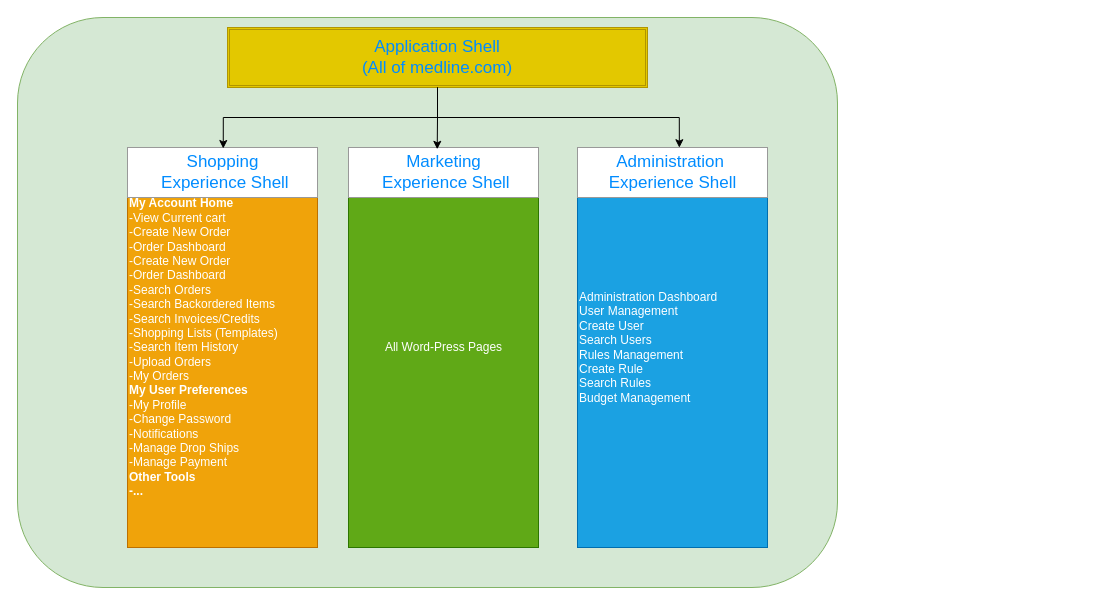
Before: page "Page-1" (1 of 2) of Shell Application Layout.drawio in neio100/orange, a draw.io diagram. Source tidied: cells renumbered, new cells numbered last; positions are measured from the earlier drawing's top-left corner, leaving out a move shared by most shapes. Both pictures are drawn from the tidied source at 100%, with x=0, y=0 at pixel (17, 17).
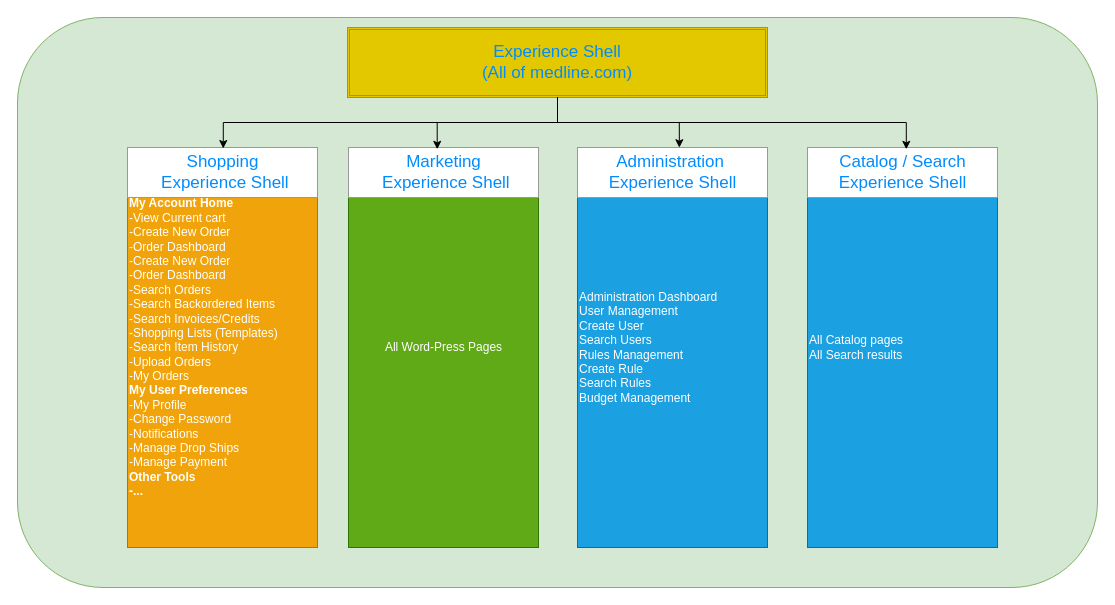
Above is the later version.

What changed in the source:
```diff
@@
 <mxGraphModel>
   <root>
     <mxCell id="0" />
     <mxCell id="1" parent="0" />
     <mxCell id="2" style="rounded=1;whiteSpace=wrap;html=1;fillColor=#d5e8d4;strokeColor=#82b366;" parent="1" vertex="1">
-      <mxGeometry width="820" height="570" as="geometry" />
+      <mxGeometry width="1080" height="570" as="geometry" />
     </mxCell>
-    <mxCell id="3" value="&lt;font style=&quot;font-size: 17px&quot; color=&quot;#008cff&quot;&gt;Application Shell&lt;br&gt;(All of medline.com)&lt;/font&gt;" style="shape=ext;double=1;rounded=0;whiteSpace=wrap;html=1;fillColor=#e3c800;strokeColor=#B09500;fontColor=#000000;" parent="1" vertex="1">
-      <mxGeometry x="210" y="10" width="420" height="60" as="geometry" />
+    <mxCell id="3" value="&lt;font style=&quot;font-size: 17px&quot; color=&quot;#008cff&quot;&gt;Experience Shell&lt;br&gt;(All of medline.com)&lt;/font&gt;" style="shape=ext;double=1;rounded=0;whiteSpace=wrap;html=1;fillColor=#e3c800;strokeColor=#B09500;fontColor=#000000;" parent="1" vertex="1">
+      <mxGeometry x="330" y="10" width="420" height="70" as="geometry" />
     </mxCell>
     <mxCell id="4" value="&lt;font color=&quot;#ffffff&quot;&gt;&lt;b&gt;My Account Home&lt;/b&gt;&lt;br&gt;&lt;span&gt; &lt;/span&gt;-View Current cart&lt;br&gt;&lt;span&gt; &lt;/span&gt;-Create New Order&lt;br&gt;&lt;span&gt; &lt;/span&gt;-Order Dashboard&lt;br&gt;&lt;span&gt; &lt;/span&gt;-&lt;span&gt;Create New Order&lt;/span&gt;&lt;/font&gt;&lt;div&gt;&lt;font color=&quot;#ffffff&quot;&gt;-Order Dashboard&lt;/font&gt;&lt;/div&gt;&lt;div&gt;&lt;font color=&quot;#ffffff&quot;&gt;-Search Orders&lt;/font&gt;&lt;/div&gt;&lt;div&gt;&lt;font color=&quot;#ffffff&quot;&gt;-Search Backordered Items&lt;/font&gt;&lt;/div&gt;&lt;div&gt;&lt;font color=&quot;#ffffff&quot;&gt;-Search Invoices/Credits&lt;/font&gt;&lt;/div&gt;&lt;div&gt;&lt;font color=&quot;#ffffff&quot;&gt;-Shopping Lists (Templates)&lt;/font&gt;&lt;/div&gt;&lt;div&gt;&lt;font color=&quot;#ffffff&quot;&gt;-Search Item History&lt;/font&gt;&lt;/div&gt;&lt;div&gt;&lt;font color=&quot;#ffffff&quot;&gt;-Upload Orders&lt;/font&gt;&lt;/div&gt;&lt;font color=&quot;#ffffff&quot;&gt;-My Orders&lt;br&gt;&lt;b&gt;My User Preferences&lt;br&gt;&lt;/b&gt;&lt;/font&gt;&lt;div&gt;&lt;font color=&quot;#ffffff&quot;&gt;-My Profile&lt;/font&gt;&lt;/div&gt;&lt;div&gt;&lt;font color=&quot;#ffffff&quot;&gt;-Change Password&lt;/font&gt;&lt;/div&gt;&lt;div&gt;&lt;font color=&quot;#ffffff&quot;&gt;-Notifications&lt;/font&gt;&lt;/div&gt;&lt;div&gt;&lt;font color=&quot;#ffffff&quot;&gt;-Manage Drop Ships&lt;/font&gt;&lt;/div&gt;&lt;div&gt;&lt;font color=&quot;#ffffff&quot;&gt;-Manage Payment&lt;/font&gt;&lt;/div&gt;&lt;b&gt;&lt;font color=&quot;#ffffff&quot;&gt;Other Tools&lt;br&gt;-...&lt;/font&gt;&lt;br&gt;&lt;/b&gt;" style="strokeWidth=1;shadow=0;dashed=0;align=left;html=1;shape=mxgraph.mockup.forms.rrect;rSize=0;fillColor=#f0a30a;strokeColor=#BD7000;fontColor=#000000;" parent="1" vertex="1">
       <mxGeometry x="110" y="130" width="190" height="400" as="geometry" />
     </mxCell>
     <mxCell id="5" value="Shopping&lt;br&gt;&amp;nbsp;Experience Shell" style="strokeWidth=1;shadow=0;dashed=0;align=center;html=1;shape=mxgraph.mockup.forms.rrect;rSize=0;strokeColor=#999999;fontColor=#008cff;fontSize=17;fillColor=#ffffff;" parent="4" vertex="1">
       <mxGeometry width="190" height="50" relative="1" as="geometry" />
     </mxCell>
     <mxCell id="6" value="All Word-Press Pages&lt;br&gt;" style="strokeWidth=1;shadow=0;dashed=0;align=center;html=1;shape=mxgraph.mockup.forms.rrect;rSize=0;fillColor=#60a917;strokeColor=#2D7600;fontColor=#ffffff;" parent="1" vertex="1">
       <mxGeometry x="331" y="130" width="190" height="400" as="geometry" />
     </mxCell>
     <mxCell id="7" value="Marketing&lt;br&gt;&amp;nbsp;Experience Shell" style="strokeWidth=1;shadow=0;dashed=0;align=center;html=1;shape=mxgraph.mockup.forms.rrect;rSize=0;strokeColor=#999999;fontColor=#008cff;fontSize=17;fillColor=#ffffff;" parent="6" vertex="1">
       <mxGeometry width="190" height="50" relative="1" as="geometry" />
     </mxCell>
     <mxCell id="8" value="&lt;div style=&quot;text-align: justify&quot;&gt;Administration Dashboard&lt;/div&gt;&lt;div style=&quot;text-align: justify&quot;&gt;User Management&lt;/div&gt;&lt;div style=&quot;text-align: justify&quot;&gt;Create User&lt;/div&gt;&lt;div style=&quot;text-align: justify&quot;&gt;Search Users&lt;/div&gt;&lt;div style=&quot;text-align: justify&quot;&gt;Rules Management&lt;/div&gt;&lt;div style=&quot;text-align: justify&quot;&gt;Create Rule&lt;/div&gt;&lt;div style=&quot;text-align: justify&quot;&gt;Search Rules&lt;/div&gt;&lt;div style=&quot;text-align: justify&quot;&gt;Budget Management&lt;/div&gt;" style="strokeWidth=1;shadow=0;dashed=0;align=left;html=1;shape=mxgraph.mockup.forms.rrect;rSize=0;fillColor=#1ba1e2;fontColor=#ffffff;strokeColor=#006EAF;" parent="1" vertex="1">
       <mxGeometry x="560" y="130" width="190" height="400" as="geometry" />
     </mxCell>
     <mxCell id="9" value="Administration&amp;nbsp;&lt;br&gt;Experience Shell" style="strokeWidth=1;shadow=0;dashed=0;align=center;html=1;shape=mxgraph.mockup.forms.rrect;rSize=0;strokeColor=#999999;fontColor=#008cff;fontSize=17;fillColor=#ffffff;" parent="8" vertex="1">
       <mxGeometry width="190" height="50" relative="1" as="geometry" />
     </mxCell>
     <mxCell id="10" style="edgeStyle=orthogonalEdgeStyle;rounded=0;jettySize=auto;html=1;entryX=0.536;entryY=0.004;entryDx=0;entryDy=0;entryPerimeter=0;exitX=0.5;exitY=1;exitDx=0;exitDy=0;" parent="1" edge="1" source="3" target="9">
       <mxGeometry relative="1" as="geometry" />
     </mxCell>
     <mxCell id="11" style="edgeStyle=orthogonalEdgeStyle;rounded=0;jettySize=auto;html=1;entryX=0.467;entryY=0.036;entryDx=0;entryDy=0;entryPerimeter=0;exitX=0.5;exitY=1;exitDx=0;exitDy=0;" parent="1" edge="1" source="3" target="7">
       <mxGeometry relative="1" as="geometry" />
     </mxCell>
     <mxCell id="12" style="edgeStyle=orthogonalEdgeStyle;rounded=0;jettySize=auto;html=1;exitX=0.5;exitY=1;exitDx=0;exitDy=0;entryX=0.504;entryY=0.02;entryDx=0;entryDy=0;entryPerimeter=0;" parent="1" edge="1" source="3" target="5">
       <mxGeometry relative="1" as="geometry" />
     </mxCell>
+    <mxCell id="13" value="&lt;div style=&quot;text-align: justify&quot;&gt;All Catalog pages&lt;/div&gt;&lt;div style=&quot;text-align: justify&quot;&gt;All Search results&lt;/div&gt;" style="strokeWidth=1;shadow=0;dashed=0;align=left;html=1;shape=mxgraph.mockup.forms.rrect;rSize=0;fillColor=#1ba1e2;fontColor=#ffffff;strokeColor=#006EAF;" parent="1" vertex="1">
+      <mxGeometry x="790" y="130" width="190" height="400" as="geometry" />
+    </mxCell>
+    <mxCell id="14" value="Catalog / Search&lt;br&gt;Experience Shell" style="strokeWidth=1;shadow=0;dashed=0;align=center;html=1;shape=mxgraph.mockup.forms.rrect;rSize=0;strokeColor=#999999;fontColor=#008cff;fontSize=17;fillColor=#ffffff;" parent="13" vertex="1">
+      <mxGeometry width="190" height="50" relative="1" as="geometry" />
+    </mxCell>
+    <mxCell id="15" style="edgeStyle=orthogonalEdgeStyle;rounded=0;jettySize=auto;html=1;entryX=0.52;entryY=0.036;entryDx=0;entryDy=0;entryPerimeter=0;exitX=0.5;exitY=1;exitDx=0;exitDy=0;" parent="1" edge="1" source="3" target="14">
+      <mxGeometry relative="1" as="geometry" />
+    </mxCell>
   </root>
 </mxGraphModel>
```
